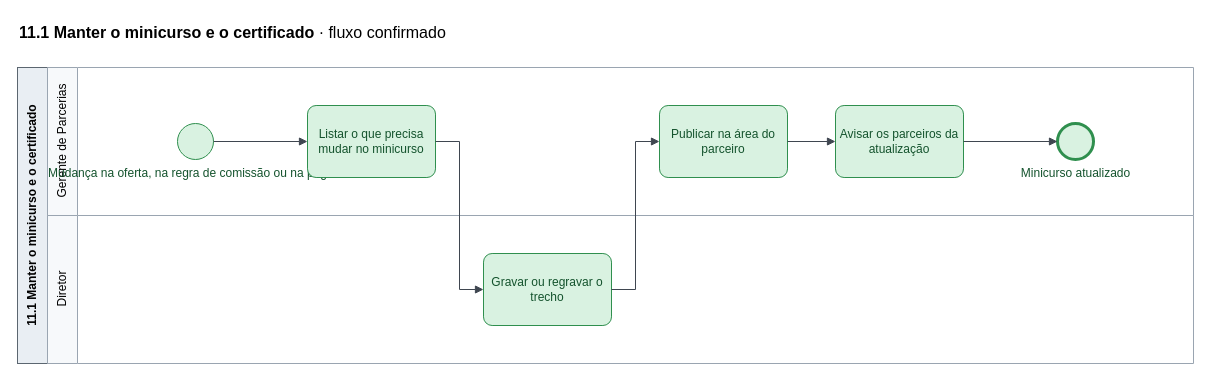
Before: page "12.1 Manter o minicurso e o certificado" (69 of 85) of mapeamentos/wise-partners-to-be/saidas/mapa.drawio in Guilherme-MFaccin/Wise-Partners, a draw.io diagram. Source tidied: cells renumbered, new cells numbered last; positions are measured from the earlier drawing's top-left corner, leaving out a move shared by most shapes. Both pictures are drawn from the tidied source at 100%, with x=0, y=0 at pixel (17, 17).
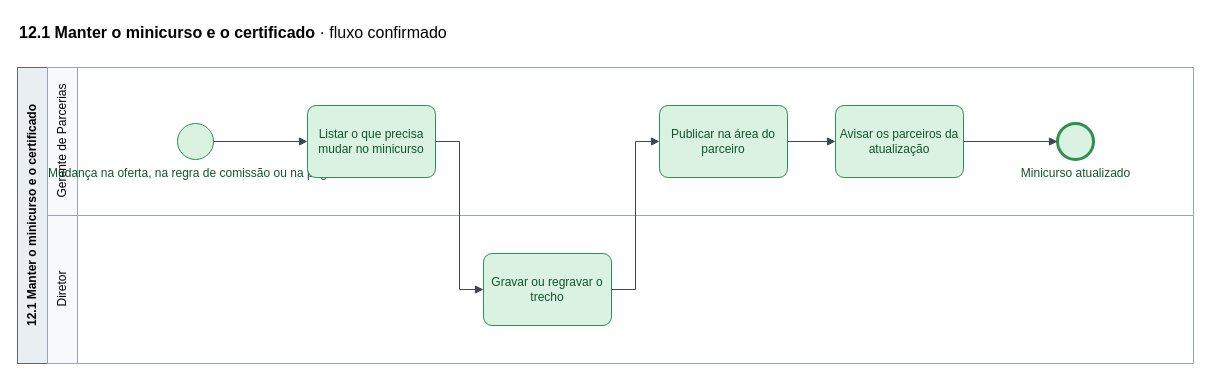
The same diagram, later.

Diff of the diagram source:
```diff
@@
-    <mxCell id="2" value="&lt;b&gt;11.1 Manter o minicurso e o certificado&lt;/b&gt;  ·  fluxo confirmado" style="text;html=1;fontSize=16;align=left;verticalAlign=middle;strokeColor=none;fillColor=none;" parent="1" vertex="1">
+    <mxCell id="2" value="&lt;b&gt;12.1 Manter o minicurso e o certificado&lt;/b&gt;  ·  fluxo confirmado" style="text;html=1;fontSize=16;align=left;verticalAlign=middle;strokeColor=none;fillColor=none;" parent="1" vertex="1">
       <mxGeometry width="700" height="30" as="geometry" />
     </mxCell>
-    <mxCell id="3" value="11.1 Manter o minicurso e o certificado" style="rounded=0;whiteSpace=wrap;html=1;horizontal=0;fillColor=#E9EEF3;strokeColor=#5B6670;fontStyle=1;" parent="1" vertex="1">
+    <mxCell id="3" value="12.1 Manter o minicurso e o certificado" style="rounded=0;whiteSpace=wrap;html=1;horizontal=0;fillColor=#E9EEF3;strokeColor=#5B6670;fontStyle=1;" parent="1" vertex="1">
       <mxGeometry y="50" width="30" height="296" as="geometry" />
     </mxCell>
```
